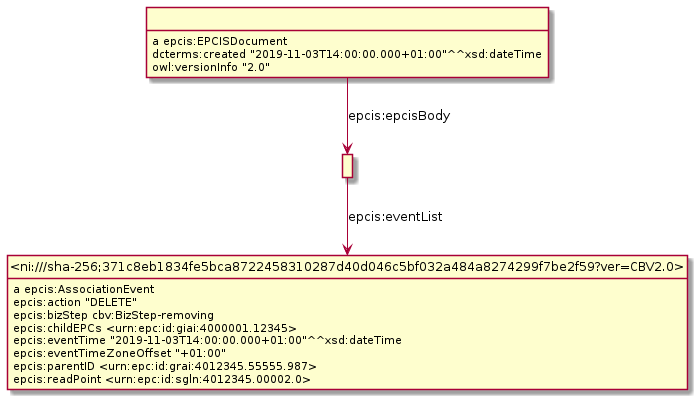
gs1/EPCIS keeps this PlantUML diagram as Diagrams/AssociationEvent/AssociationEvent-c.png. Above is the earlier version. Source of this version:
```plantuml
@startuml
hide empty methods
hide empty attributes
hide circle
skinparam classAttributeIconSize 0
class _ni_sha_256_371c8eb1834fe5bca8722458310287d40d046c5bf032a484a8274299f7be2f59_ver_CBV2_0_ as "<ni:///sha-256;371c8eb1834fe5bca8722458310287d40d046c5bf032a484a8274299f7be2f59?ver=CBV2.0>"
_ni_sha_256_371c8eb1834fe5bca8722458310287d40d046c5bf032a484a8274299f7be2f59_ver_CBV2_0_ : a epcis:AssociationEvent
_ni_sha_256_371c8eb1834fe5bca8722458310287d40d046c5bf032a484a8274299f7be2f59_ver_CBV2_0_ : epcis:action "DELETE"
_ni_sha_256_371c8eb1834fe5bca8722458310287d40d046c5bf032a484a8274299f7be2f59_ver_CBV2_0_ : epcis:bizStep cbv:BizStep-removing
_ni_sha_256_371c8eb1834fe5bca8722458310287d40d046c5bf032a484a8274299f7be2f59_ver_CBV2_0_ : epcis:childEPCs <urn:epc:id:giai:4000001.12345>
_ni_sha_256_371c8eb1834fe5bca8722458310287d40d046c5bf032a484a8274299f7be2f59_ver_CBV2_0_ : epcis:eventTime "2019-11-03T14:00:00.000+01:00"^^xsd:dateTime
_ni_sha_256_371c8eb1834fe5bca8722458310287d40d046c5bf032a484a8274299f7be2f59_ver_CBV2_0_ : epcis:eventTimeZoneOffset "+01:00"
_ni_sha_256_371c8eb1834fe5bca8722458310287d40d046c5bf032a484a8274299f7be2f59_ver_CBV2_0_ : epcis:parentID <urn:epc:id:grai:4012345.55555.987>
_ni_sha_256_371c8eb1834fe5bca8722458310287d40d046c5bf032a484a8274299f7be2f59_ver_CBV2_0_ : epcis:readPoint <urn:epc:id:sgln:4012345.00002.0>
class _r1631889734r1_ as " "
_r1631889734r1_ -down-> _ni_sha_256_371c8eb1834fe5bca8722458310287d40d046c5bf032a484a8274299f7be2f59_ver_CBV2_0_ : epcis:eventList
class _r1631889734r0_ as " "
_r1631889734r0_ : a epcis:EPCISDocument
_r1631889734r0_ -down-> _r1631889734r1_ : epcis:epcisBody
_r1631889734r0_ : dcterms:created "2019-11-03T14:00:00.000+01:00"^^xsd:dateTime
_r1631889734r0_ : owl:versionInfo "2.0"
@enduml
```
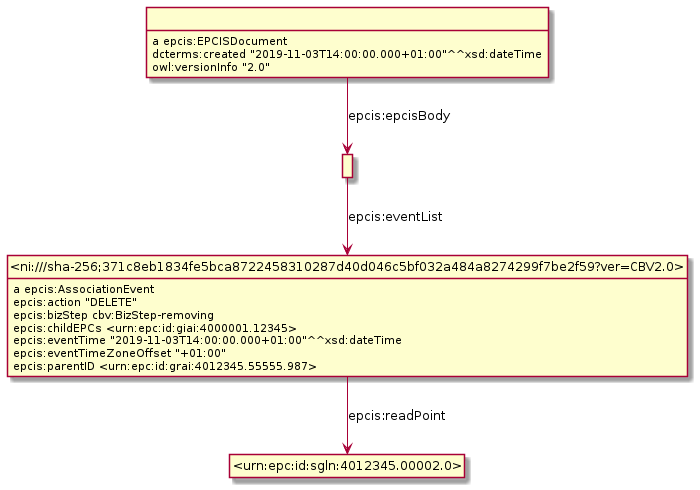
After the change.

Change to the diagram source:
```diff
@@ -5,18 +5,19 @@
 skinparam classAttributeIconSize 0
 class _ni_sha_256_371c8eb1834fe5bca8722458310287d40d046c5bf032a484a8274299f7be2f59_ver_CBV2_0_ as "<ni:///sha-256;371c8eb1834fe5bca8722458310287d40d046c5bf032a484a8274299f7be2f59?ver=CBV2.0>"
 _ni_sha_256_371c8eb1834fe5bca8722458310287d40d046c5bf032a484a8274299f7be2f59_ver_CBV2_0_ : a epcis:AssociationEvent
+class _urn_epc_id_sgln_4012345_00002_0_ as "<urn:epc:id:sgln:4012345.00002.0>"
+_ni_sha_256_371c8eb1834fe5bca8722458310287d40d046c5bf032a484a8274299f7be2f59_ver_CBV2_0_ -down-> _urn_epc_id_sgln_4012345_00002_0_ : epcis:readPoint
 _ni_sha_256_371c8eb1834fe5bca8722458310287d40d046c5bf032a484a8274299f7be2f59_ver_CBV2_0_ : epcis:action "DELETE"
 _ni_sha_256_371c8eb1834fe5bca8722458310287d40d046c5bf032a484a8274299f7be2f59_ver_CBV2_0_ : epcis:bizStep cbv:BizStep-removing
 _ni_sha_256_371c8eb1834fe5bca8722458310287d40d046c5bf032a484a8274299f7be2f59_ver_CBV2_0_ : epcis:childEPCs <urn:epc:id:giai:4000001.12345>
 _ni_sha_256_371c8eb1834fe5bca8722458310287d40d046c5bf032a484a8274299f7be2f59_ver_CBV2_0_ : epcis:eventTime "2019-11-03T14:00:00.000+01:00"^^xsd:dateTime
 _ni_sha_256_371c8eb1834fe5bca8722458310287d40d046c5bf032a484a8274299f7be2f59_ver_CBV2_0_ : epcis:eventTimeZoneOffset "+01:00"
 _ni_sha_256_371c8eb1834fe5bca8722458310287d40d046c5bf032a484a8274299f7be2f59_ver_CBV2_0_ : epcis:parentID <urn:epc:id:grai:4012345.55555.987>
-_ni_sha_256_371c8eb1834fe5bca8722458310287d40d046c5bf032a484a8274299f7be2f59_ver_CBV2_0_ : epcis:readPoint <urn:epc:id:sgln:4012345.00002.0>
-class _r1631889734r1_ as " "
-_r1631889734r1_ -down-> _ni_sha_256_371c8eb1834fe5bca8722458310287d40d046c5bf032a484a8274299f7be2f59_ver_CBV2_0_ : epcis:eventList
-class _r1631889734r0_ as " "
-_r1631889734r0_ : a epcis:EPCISDocument
-_r1631889734r0_ -down-> _r1631889734r1_ : epcis:epcisBody
-_r1631889734r0_ : dcterms:created "2019-11-03T14:00:00.000+01:00"^^xsd:dateTime
-_r1631889734r0_ : owl:versionInfo "2.0"
+class _r1632232183r1_ as " "
+_r1632232183r1_ -down-> _ni_sha_256_371c8eb1834fe5bca8722458310287d40d046c5bf032a484a8274299f7be2f59_ver_CBV2_0_ : epcis:eventList
+class _r1632232183r0_ as " "
+_r1632232183r0_ : a epcis:EPCISDocument
+_r1632232183r0_ -down-> _r1632232183r1_ : epcis:epcisBody
+_r1632232183r0_ : dcterms:created "2019-11-03T14:00:00.000+01:00"^^xsd:dateTime
+_r1632232183r0_ : owl:versionInfo "2.0"
 @enduml
```
